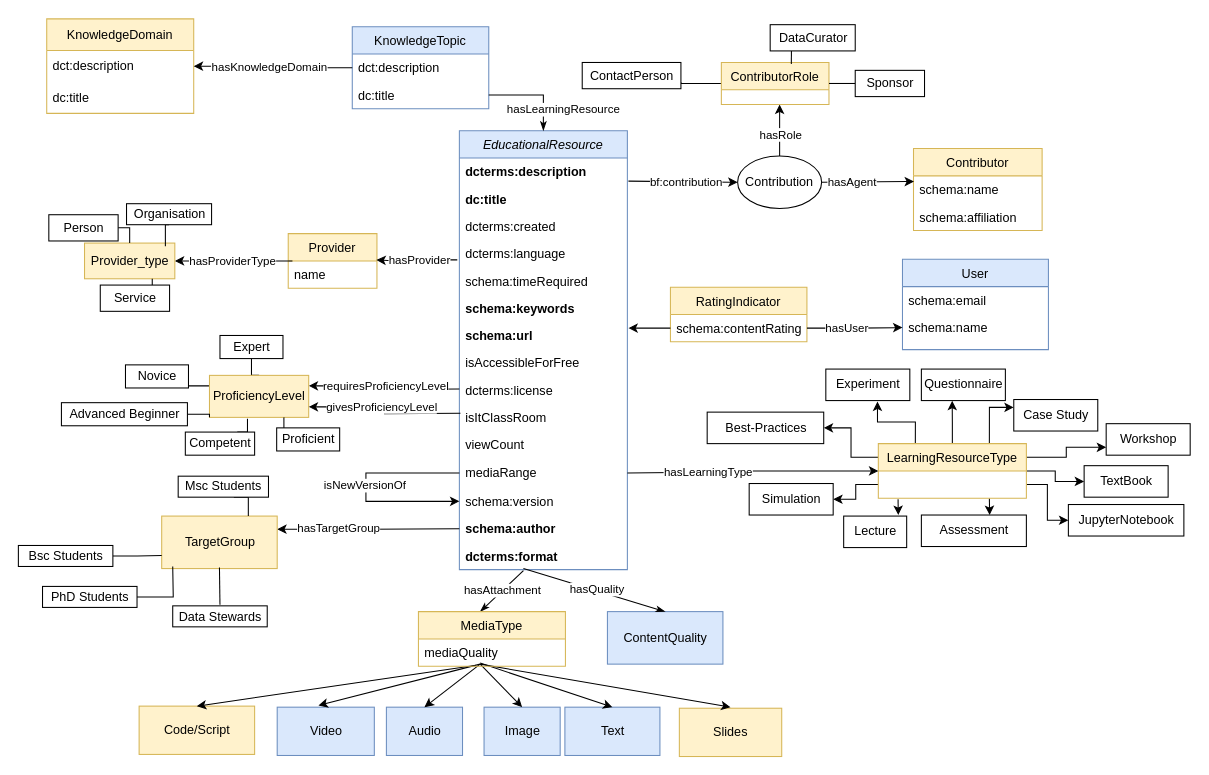
Above: visualisations/Educational_Pattern24.drawio in data-literacy-alliance/dalia-ontology (draw.io), before the change. Source tidied: cells renumbered, new cells numbered last; positions are measured from the earlier drawing's top-left corner, leaving out a move shared by most shapes. Both pictures are drawn from the tidied source at 105%, with x=0, y=0 at pixel (18, 18).
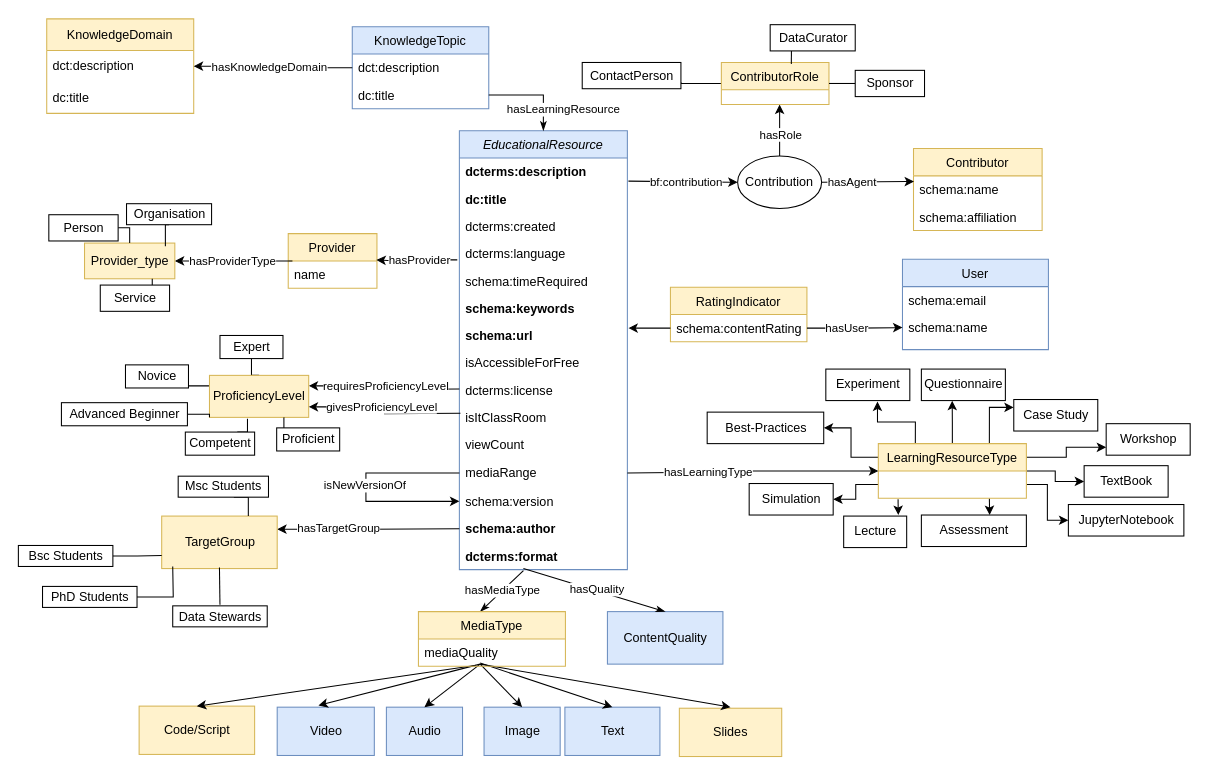
The same diagram, later.

Diff of the diagram source:
```diff
@@
-    <mxCell id="30" value="hasAttachment" style="endArrow=classicThin;endSize=6;endFill=1;html=1;rounded=0;entryX=0.5;entryY=0;entryDx=0;entryDy=0;" parent="1" edge="1">
+    <mxCell id="30" value="hasMediaType" style="endArrow=classicThin;endSize=6;endFill=1;html=1;rounded=0;entryX=0.5;entryY=0;entryDx=0;entryDy=0;" parent="1" edge="1">
       <mxGeometry relative="1" as="geometry">
         <mxPoint x="481" y="526" as="sourcePoint" />
         <mxPoint x="439.8" y="565" as="targetPoint" />
       </mxGeometry>
     </mxCell>
```
